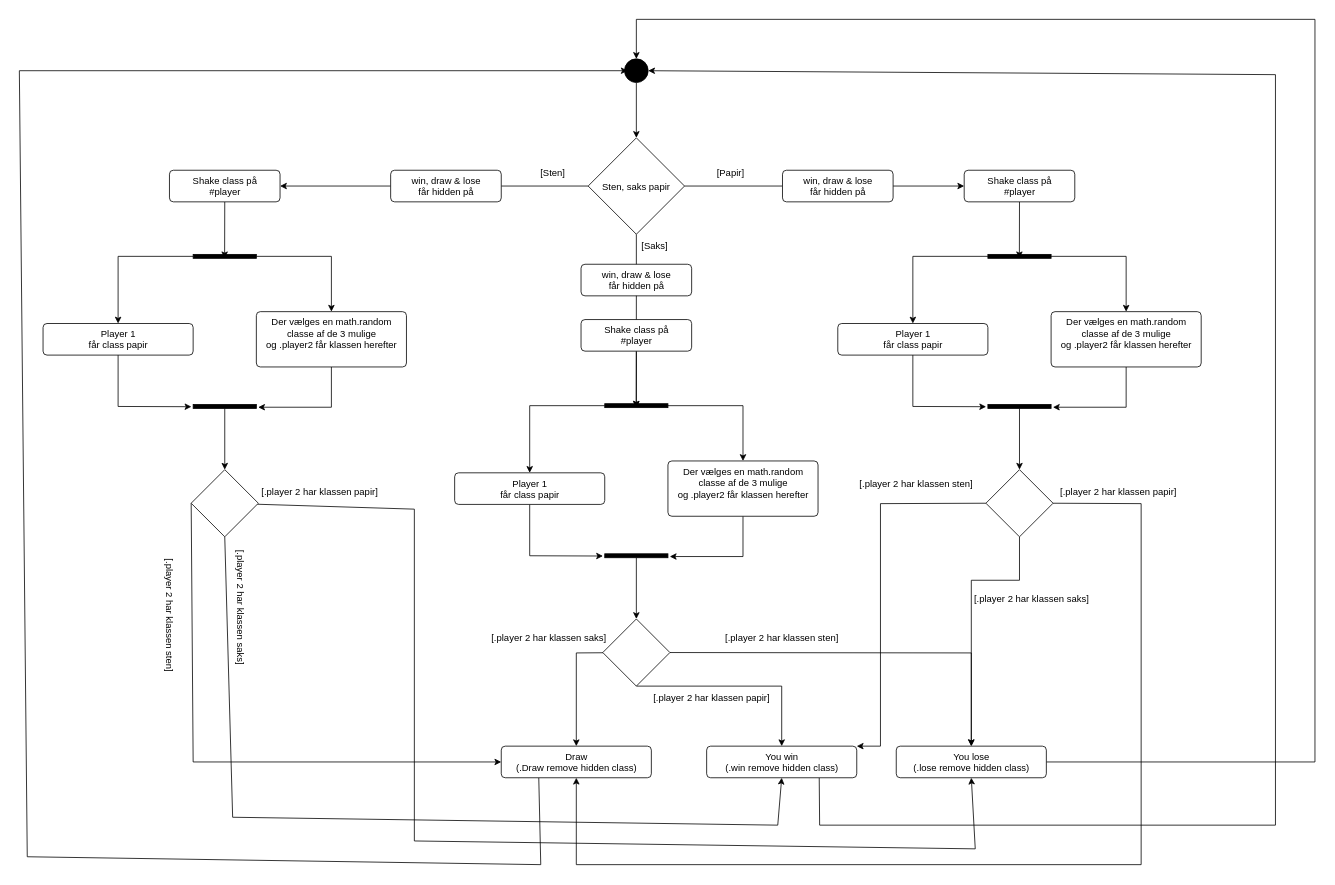
juli81n7/rockpaperscissors keeps this draw.io diagram as aktivitetsdiagram.drawio. Above is the earlier version. Source tidied: cells renumbered, new cells numbered last; positions are measured from the earlier drawing's top-left corner, leaving out a move shared by most shapes. Both pictures are drawn from the tidied source at 79%, with x=0, y=0 at pixel (19, 19).
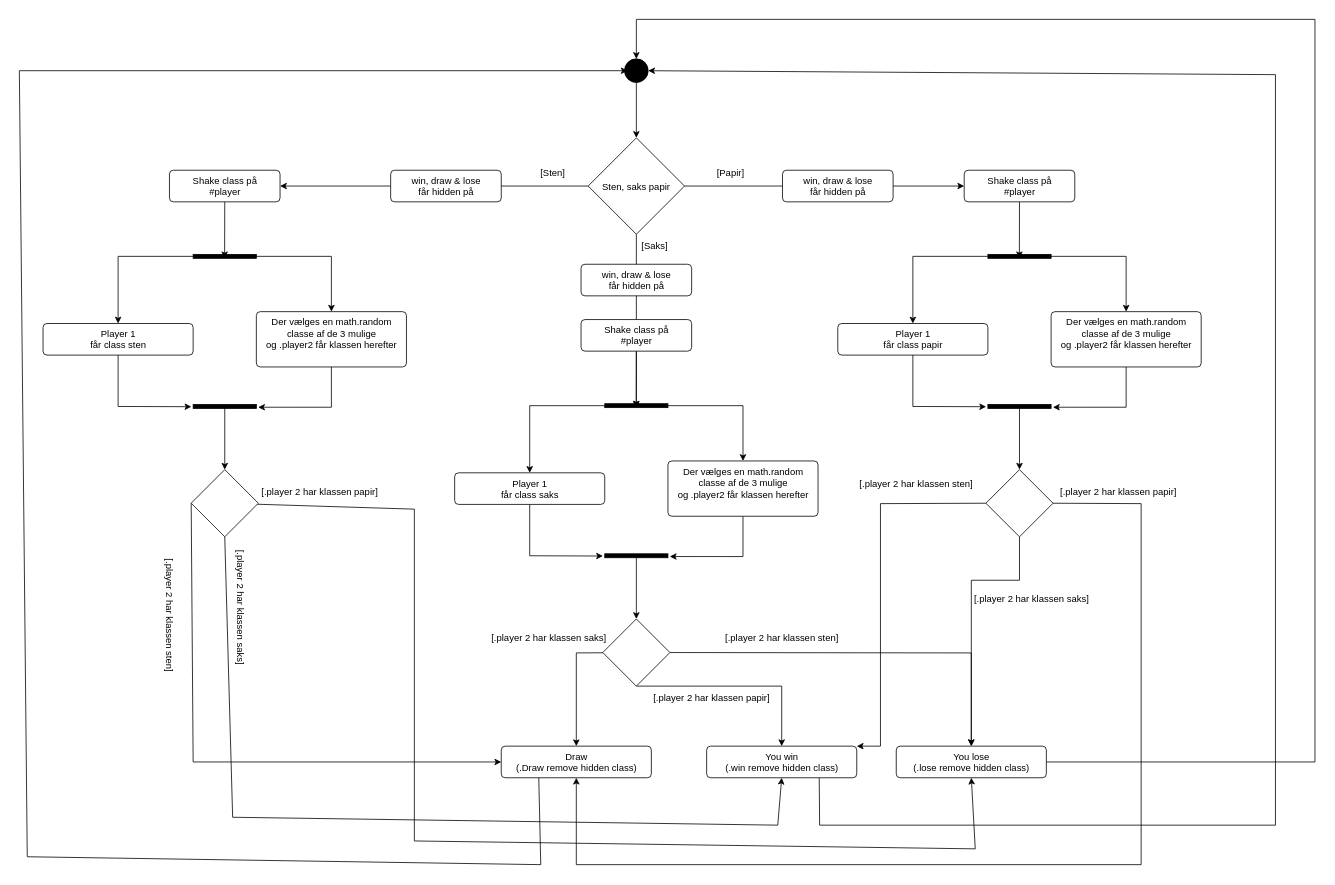
The same diagram, later.

Commit message:
der var en lille fejl i aktivitetsdiagram

Change to the diagram source:
```diff
@@
-    <mxCell id="34" value="Player 1&lt;br&gt;får class papir" style="html=1;align=center;verticalAlign=top;rounded=1;absoluteArcSize=1;arcSize=10;dashed=0;" parent="1" vertex="1">
+    <mxCell id="34" value="Player 1&lt;br&gt;får class sten" style="html=1;align=center;verticalAlign=top;rounded=1;absoluteArcSize=1;arcSize=10;dashed=0;" parent="1" vertex="1">
       <mxGeometry x="30" y="385" width="190" height="40" as="geometry" />
     </mxCell>
@@
-    <mxCell id="51" value="Player 1&lt;br&gt;får class papir" style="html=1;align=center;verticalAlign=top;rounded=1;absoluteArcSize=1;arcSize=10;dashed=0;" parent="1" vertex="1">
+    <mxCell id="51" value="Player 1&lt;br&gt;får class saks" style="html=1;align=center;verticalAlign=top;rounded=1;absoluteArcSize=1;arcSize=10;dashed=0;" parent="1" vertex="1">
       <mxGeometry x="551" y="574" width="190" height="40" as="geometry" />
     </mxCell>
```
